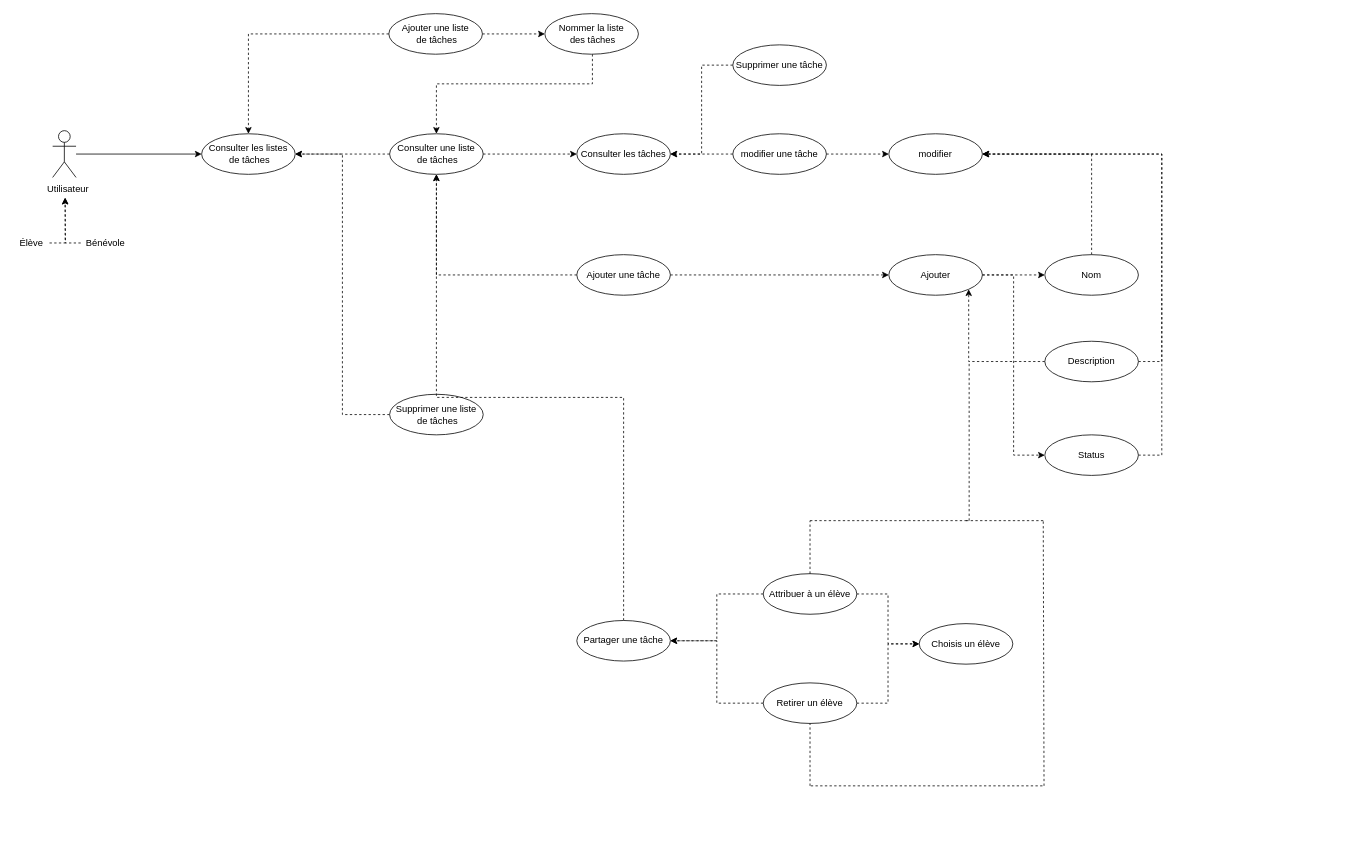
Earlier version of the draw.io diagram oc/oc10/cas_d_utilisation_gestion_des_taches.drawio (tempetflamer/Assets). Source tidied: cells renumbered, new cells numbered last; positions are measured from the earlier drawing's top-left corner, leaving out a move shared by most shapes. Both pictures are drawn from the tidied source at 78%, with x=0, y=0 at pixel (13, 13).
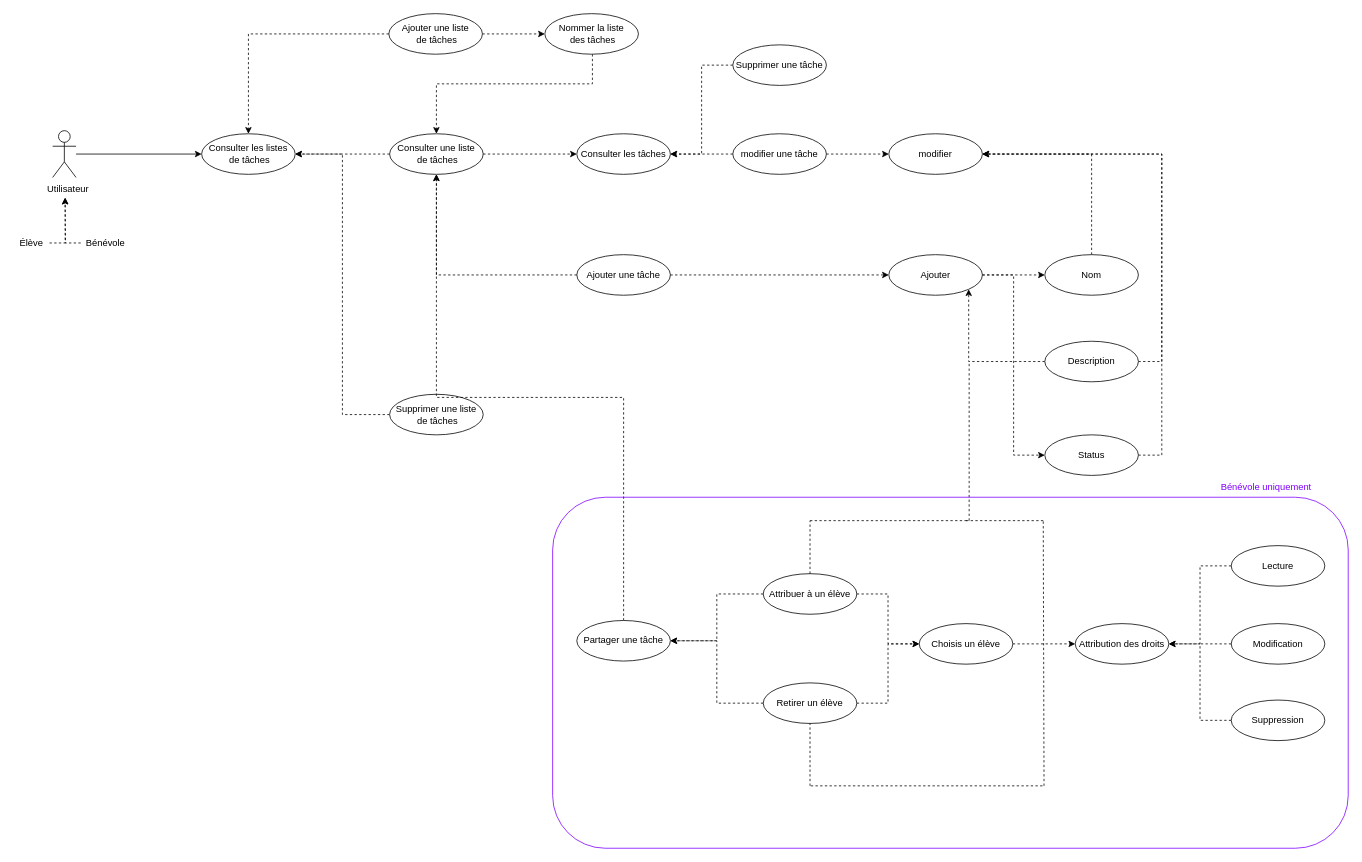
After the change.

Commit message (it also covers changes not shown here):
Mettre à jour cas_d_utilisation_gestion_des_taches.drawio

The change refers to these unchanged cells:
```xml
<mxCell id="46" value="Choisis un élève" style="ellipse;whiteSpace=wrap;html=1;" parent="1" vertex="1">
  <mxGeometry x="1161" y="782" width="120" height="52" as="geometry" />
</mxCell>
```

Change to the diagram source:
```diff
@@
+    <mxCell id="56" style="edgeStyle=orthogonalEdgeStyle;rounded=0;jettySize=auto;html=1;dashed=1;" parent="1" edge="1" source="46" target="57">
+      <mxGeometry relative="1" as="geometry" />
+    </mxCell>
@@
+    <mxCell id="57" value="Attribution des droits" style="ellipse;whiteSpace=wrap;html=1;" parent="1" vertex="1">
+      <mxGeometry x="1361" y="782" width="120" height="52" as="geometry" />
+    </mxCell>
+    <mxCell id="58" value="Modification" style="ellipse;whiteSpace=wrap;html=1;" parent="1" vertex="1">
+      <mxGeometry x="1561" y="782" width="120" height="52" as="geometry" />
+    </mxCell>
+    <mxCell id="59" style="edgeStyle=orthogonalEdgeStyle;rounded=0;jettySize=auto;html=1;entryX=1;entryY=0.5;entryDx=0;entryDy=0;dashed=1;" parent="1" edge="1" source="60" target="57">
+      <mxGeometry relative="1" as="geometry" />
+    </mxCell>
+    <mxCell id="60" value="Lecture" style="ellipse;whiteSpace=wrap;html=1;" parent="1" vertex="1">
+      <mxGeometry x="1561" y="682" width="120" height="52" as="geometry" />
+    </mxCell>
+    <mxCell id="61" style="edgeStyle=orthogonalEdgeStyle;rounded=0;jettySize=auto;html=1;entryX=1;entryY=0.5;entryDx=0;entryDy=0;dashed=1;" parent="1" edge="1" source="62" target="57">
+      <mxGeometry relative="1" as="geometry" />
+    </mxCell>
+    <mxCell id="62" value="Suppression" style="ellipse;whiteSpace=wrap;html=1;" parent="1" vertex="1">
+      <mxGeometry x="1561" y="880" width="120" height="52" as="geometry" />
+    </mxCell>
+    <mxCell id="63" style="endArrow=none;html=1;rounded=0;dashed=1;exitX=0;exitY=0.5;exitDx=0;exitDy=0;" parent="1" edge="1" source="58">
+      <mxGeometry relative="1" as="geometry">
+        <mxPoint x="1521" y="808" as="targetPoint" />
+      </mxGeometry>
+    </mxCell>
+    <mxCell id="64" style="rounded=1;whiteSpace=wrap;html=1;fillColor=none;strokeColor=#8000ff;" parent="1" vertex="1">
+      <mxGeometry x="691" y="620" width="1020" height="450" as="geometry" />
+    </mxCell>
+    <mxCell id="65" value="Bénévole uniquement" style="text;html=1;strokeColor=none;fillColor=none;align=center;verticalAlign=middle;whiteSpace=wrap;rounded=0;fontColor=#8000ff;" parent="1" vertex="1">
+      <mxGeometry x="1541" y="592" width="130" height="30" as="geometry" />
+    </mxCell>
```
